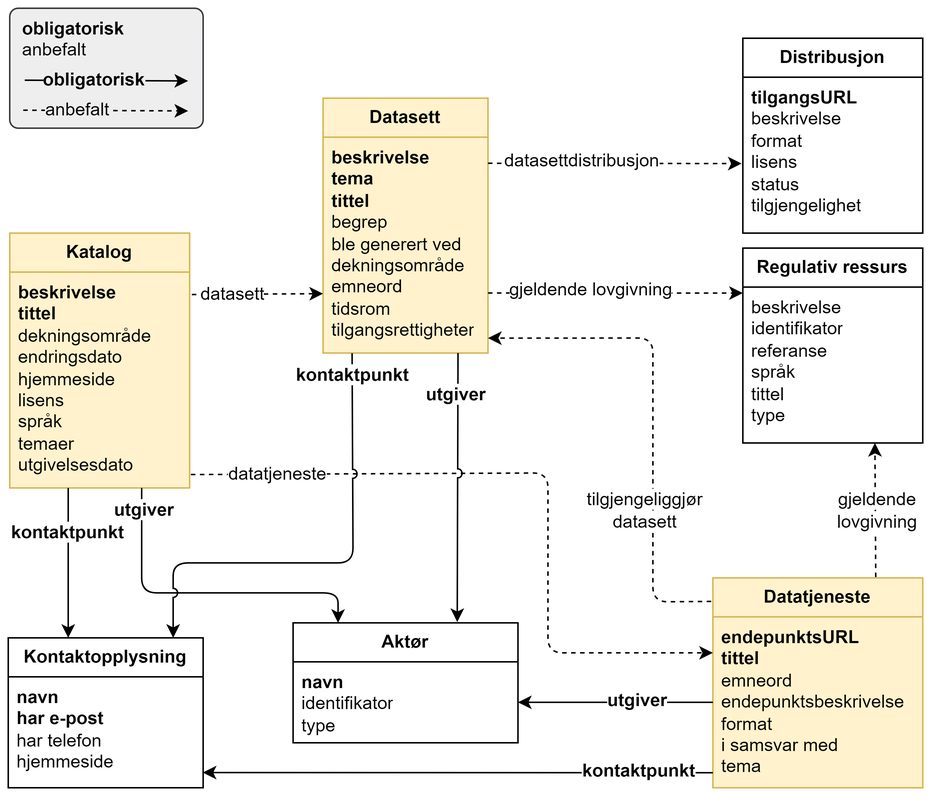
Earlier version of the draw.io export docs/images/DCAT-AP-NO-forenklet-fremstilling.png (Informasjonsforvaltning/dcat-ap-no). Source tidied: cells renumbered, new cells last; positions are measured from the earlier drawing's top-left corner, leaving out a move shared by most shapes.
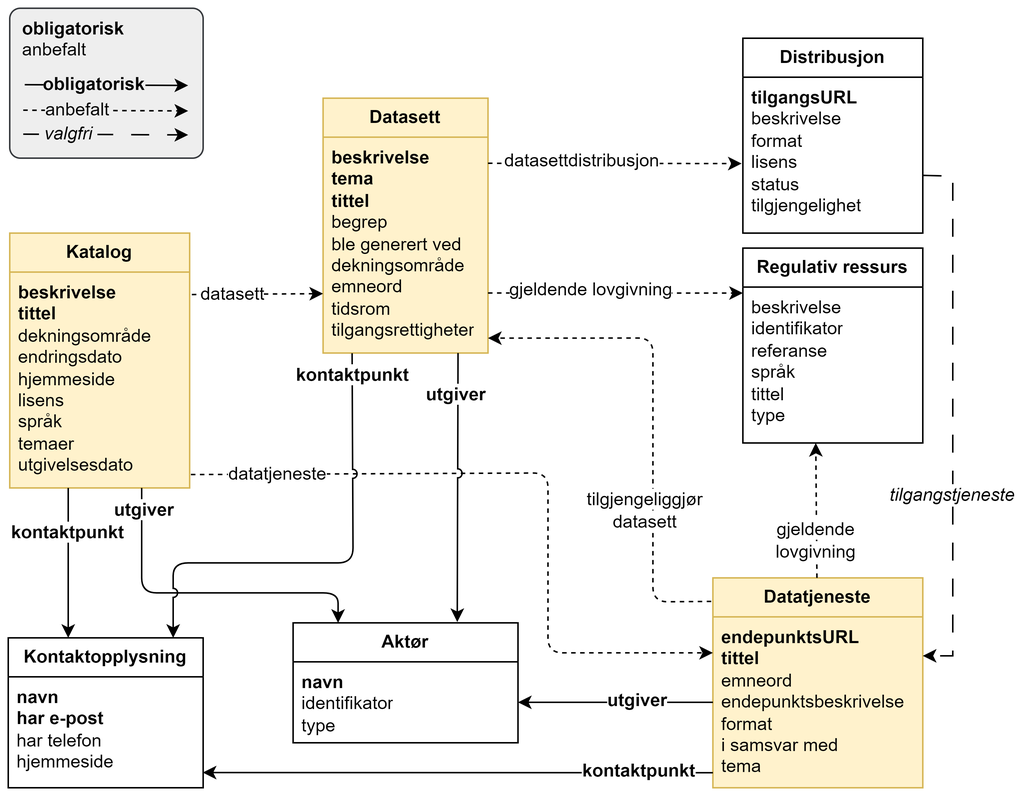
After the change.

What changed in the source:
```diff
@@ -106,11 +106,11 @@
     <mxCell id="29" value="&lt;div&gt;&lt;span style=&quot;background-color: rgb(255, 255, 255);&quot;&gt;gjeldende lovgivning&lt;/span&gt;&lt;/div&gt;" style="text;html=1;align=center;verticalAlign=middle;whiteSpace=wrap;rounded=0;" parent="1" vertex="1">
       <mxGeometry x="331" y="173" width="116" height="30" as="geometry" />
     </mxCell>
-    <mxCell id="30" style="endArrow=classic;html=1;rounded=0;dashed=1;exitX=0.776;exitY=-0.004;exitDx=0;exitDy=0;entryX=0.734;entryY=1;entryDx=0;entryDy=0;entryPerimeter=0;exitPerimeter=0;" parent="1" edge="1" source="14" target="27">
+    <mxCell id="30" style="endArrow=classic;html=1;rounded=0;dashed=1;entryX=0.405;entryY=1;entryDx=0;entryDy=0;entryPerimeter=0;" parent="1" edge="1" source="14" target="27">
       <mxGeometry relative="1" as="geometry" />
     </mxCell>
     <mxCell id="31" value="&lt;div&gt;&lt;span style=&quot;background-color: rgb(255, 255, 255);&quot;&gt;gjeldende lovgivning&lt;/span&gt;&lt;/div&gt;" style="text;html=1;align=center;verticalAlign=middle;whiteSpace=wrap;rounded=0;" parent="1" vertex="1">
-      <mxGeometry x="540" y="320" width="80" height="30" as="geometry" />
+      <mxGeometry x="499" y="340" width="80" height="30" as="geometry" />
     </mxCell>
     <mxCell id="32" style="endArrow=classic;html=1;rounded=0;entryX=1;entryY=0.5;entryDx=0;entryDy=0;exitX=0;exitY=0.5;exitDx=0;exitDy=0;" parent="1" edge="1" source="15" target="9">
       <mxGeometry relative="1" as="geometry" />
@@ -148,10 +148,10 @@
       <mxGeometry x="380" y="320" width="90" height="30" as="geometry" />
     </mxCell>
     <mxCell id="40" value="&lt;b&gt;&amp;nbsp; obligatorisk&lt;/b&gt;&lt;div&gt;&amp;nbsp; anbefalt&lt;/div&gt;" style="rounded=1;whiteSpace=wrap;html=1;align=left;verticalAlign=top;arcSize=7;fillColor=#eeeeee;strokeColor=#36393d;" parent="1" vertex="1">
-      <mxGeometry x="1" width="129" height="80" as="geometry" />
+      <mxGeometry x="1" width="129" height="100" as="geometry" />
     </mxCell>
     <mxCell id="41" style="group;" parent="1" vertex="1">
-      <mxGeometry x="11" y="40" width="109" height="16" as="geometry" />
+      <mxGeometry x="11" y="43" width="109" height="16" as="geometry" />
     </mxCell>
     <mxCell id="42" style="endArrow=classic;html=1;rounded=0;" parent="41" edge="1">
       <mxGeometry relative="1" as="geometry">
@@ -174,5 +174,29 @@
     <mxCell id="46" value="&lt;span style=&quot;background-color: rgb(238, 238, 238);&quot;&gt;anbefalt&lt;/span&gt;" style="text;html=1;align=center;verticalAlign=middle;whiteSpace=wrap;rounded=0;" parent="44" vertex="1">
       <mxGeometry x="10.7" width="51.2" height="16" as="geometry" />
     </mxCell>
+    <mxCell id="47" style="endArrow=classic;html=1;rounded=0;exitX=1.004;exitY=0.63;exitDx=0;exitDy=0;dashed=1;dashPattern=12 12;exitPerimeter=0;" parent="1" edge="1" source="23">
+      <mxGeometry relative="1" as="geometry">
+        <mxPoint x="610" y="432" as="targetPoint" />
+        <Array as="points">
+          <mxPoint x="630" y="112" />
+          <mxPoint x="630" y="432" />
+        </Array>
+      </mxGeometry>
+    </mxCell>
+    <mxCell id="48" value="&lt;div&gt;&lt;span style=&quot;background-color: rgb(255, 255, 255);&quot;&gt;tilgangstjeneste&lt;/span&gt;&lt;/div&gt;" style="text;html=1;align=center;verticalAlign=middle;whiteSpace=wrap;rounded=0;fontStyle=2;" parent="1" vertex="1">
+      <mxGeometry x="590" y="310" width="80" height="30" as="geometry" />
+    </mxCell>
+    <mxCell id="49" style="group;" parent="1" vertex="1">
+      <mxGeometry x="10" y="76" width="110" height="16" as="geometry" />
+    </mxCell>
+    <mxCell id="50" style="endArrow=classic;html=1;rounded=0;dashed=1;dashPattern=12 12;" parent="49" edge="1">
+      <mxGeometry relative="1" as="geometry">
+        <mxPoint y="8" as="sourcePoint" />
+        <mxPoint x="110" y="8.5" as="targetPoint" />
+      </mxGeometry>
+    </mxCell>
+    <mxCell id="51" value="&lt;span style=&quot;background-color: rgb(238, 238, 238);&quot;&gt;&lt;i&gt;&amp;nbsp;valgfri&amp;nbsp;&lt;/i&gt;&lt;/span&gt;" style="text;html=1;align=center;verticalAlign=middle;whiteSpace=wrap;rounded=0;" parent="49" vertex="1">
+      <mxGeometry x="10.7" width="39.3" height="16" as="geometry" />
+    </mxCell>
   </root>
 </mxGraphModel>
```
